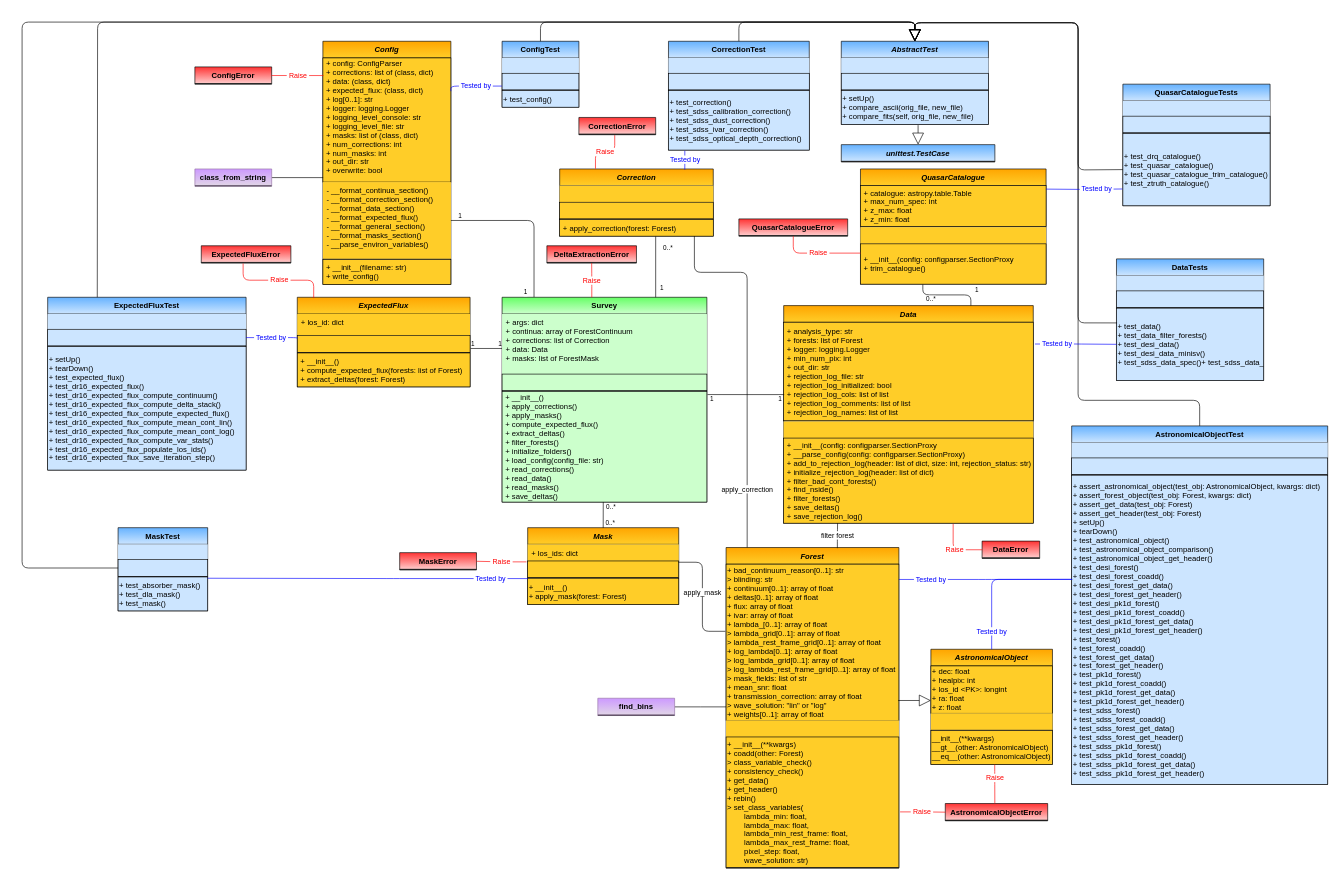
igmhub/picca keeps this draw.io diagram as page "Main" (1 of 7) of docs/delta_extraction/data_model/data_model.drawio. Above is the earlier version. Source tidied: cells renumbered, new cells numbered last; positions are measured from the earlier drawing's top-left corner, leaving out a move shared by most shapes. Both pictures are drawn from the tidied source at 64%, with x=0, y=0 at pixel (22, 22).
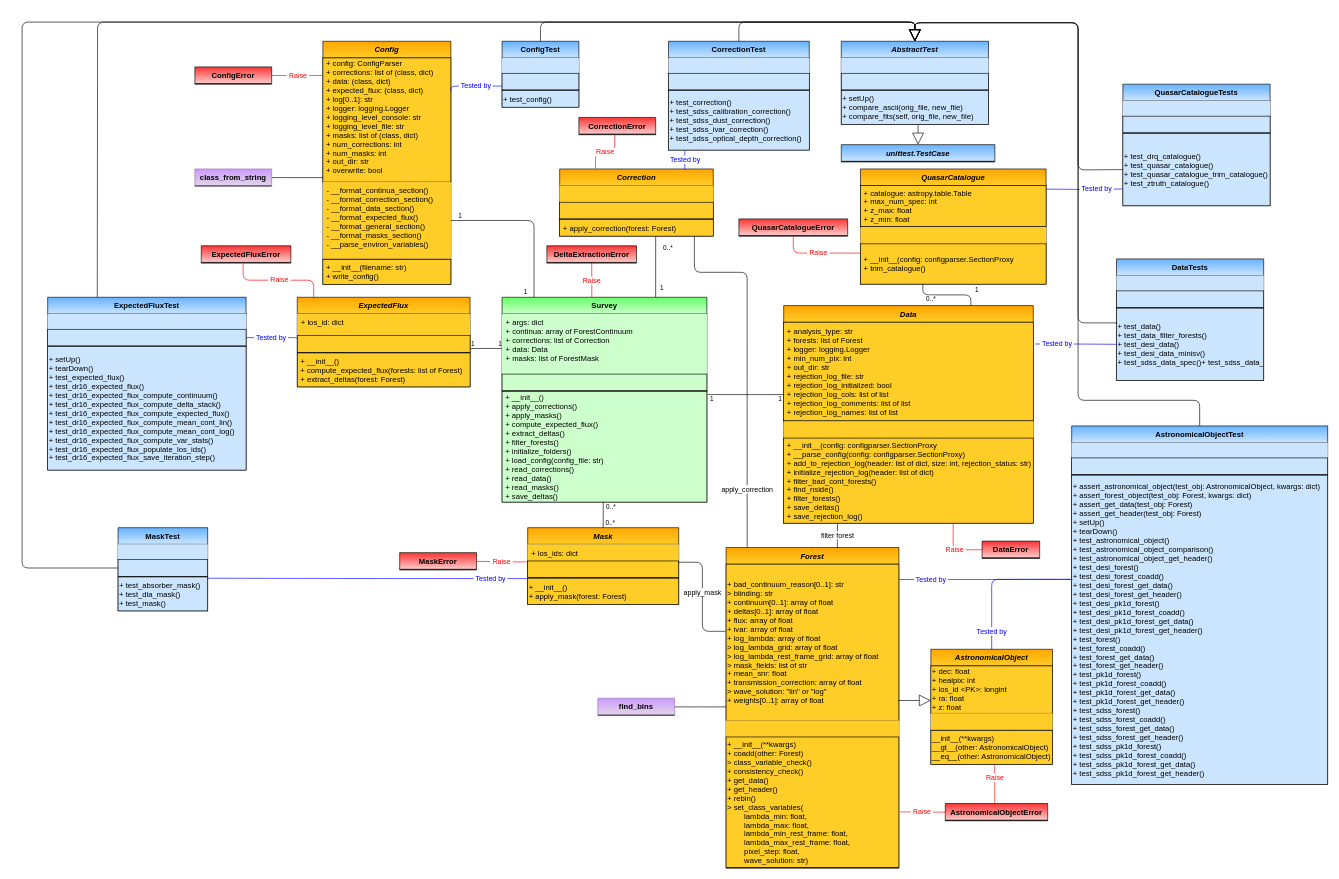
After the change.

Unchanged cells that the change refers to:
```xml
<mxCell id="23" value="Forest" style="swimlane;fontStyle=3;horizontal=1;startSize=26;fillColor=#ffcd28;swimlaneFillColor=#ffffff;rounded=0;shadow=0;glass=0;comic=0;strokeColor=#000000;gradientColor=#ffa500;swimlaneLine=1;gradientDirection=north;" parent="1" vertex="1">
  <mxGeometry x="1100" y="821" width="270" height="501" as="geometry" />
</mxCell>
```

The edit, as a diff of the source:
```diff
@@
-    <mxCell id="24" value="+ bad_continuum_reason[0..1]: str&#10;&gt; blinding: str&#10;+ continuum[0..1]: array of float&#10;+ deltas[0..1]: array of float&#10;+ flux: array of float&#10;+ ivar: array of float&#10;+ lambda_[0..1]: array of float&#10;&gt; lambda_grid[0..1]: array of float&#10;&gt; lambda_rest_frame_grid[0..1]: array of float&#10;+ log_lambda[0..1]: array of float&#10;&gt; log_lambda_grid[0..1]: array of float&#10;&gt; log_lambda_rest_frame_grid[0..1]: array of float&#10;&gt; mask_fields: list of str&#10;+ mean_snr: float&#10;+ transmission_correction: array of float&#10;&gt; wave_solution: &quot;lin&quot; or &quot;log&quot;&#10;+ weights[0..1]: array of float" style="text;strokeColor=#000000;fillColor=#ffcd28;align=left;verticalAlign=middle;overflow=hidden;points=[[0,0.5],[1,0.5]];portConstraint=eastwest;rounded=0;shadow=0;glass=0;comic=0;fontStyle=0;gradientColor=none;swimlaneFillColor=#ffffff;gradientDirection=north;startSize=26;" parent="23" vertex="1">
+    <mxCell id="24" value="+ bad_continuum_reason[0..1]: str&#10;&gt; blinding: str&#10;+ continuum[0..1]: array of float&#10;+ deltas[0..1]: array of float&#10;+ flux: array of float&#10;+ ivar: array of float&#10;+ log_lambda: array of float&#10;&gt; log_lambda_grid: array of float&#10;&gt; log_lambda_rest_frame_grid: array of float&#10;&gt; mask_fields: list of str&#10;+ mean_snr: float&#10;+ transmission_correction: array of float&#10;&gt; wave_solution: &quot;lin&quot; or &quot;log&quot;&#10;+ weights[0..1]: array of float" style="text;strokeColor=#000000;fillColor=#ffcd28;align=left;verticalAlign=middle;overflow=hidden;points=[[0,0.5],[1,0.5]];portConstraint=eastwest;rounded=0;shadow=0;glass=0;comic=0;fontStyle=0;gradientColor=none;swimlaneFillColor=#ffffff;gradientDirection=north;startSize=26;" parent="23" vertex="1">
       <mxGeometry y="26" width="270" height="244" as="geometry" />
     </mxCell>
```
